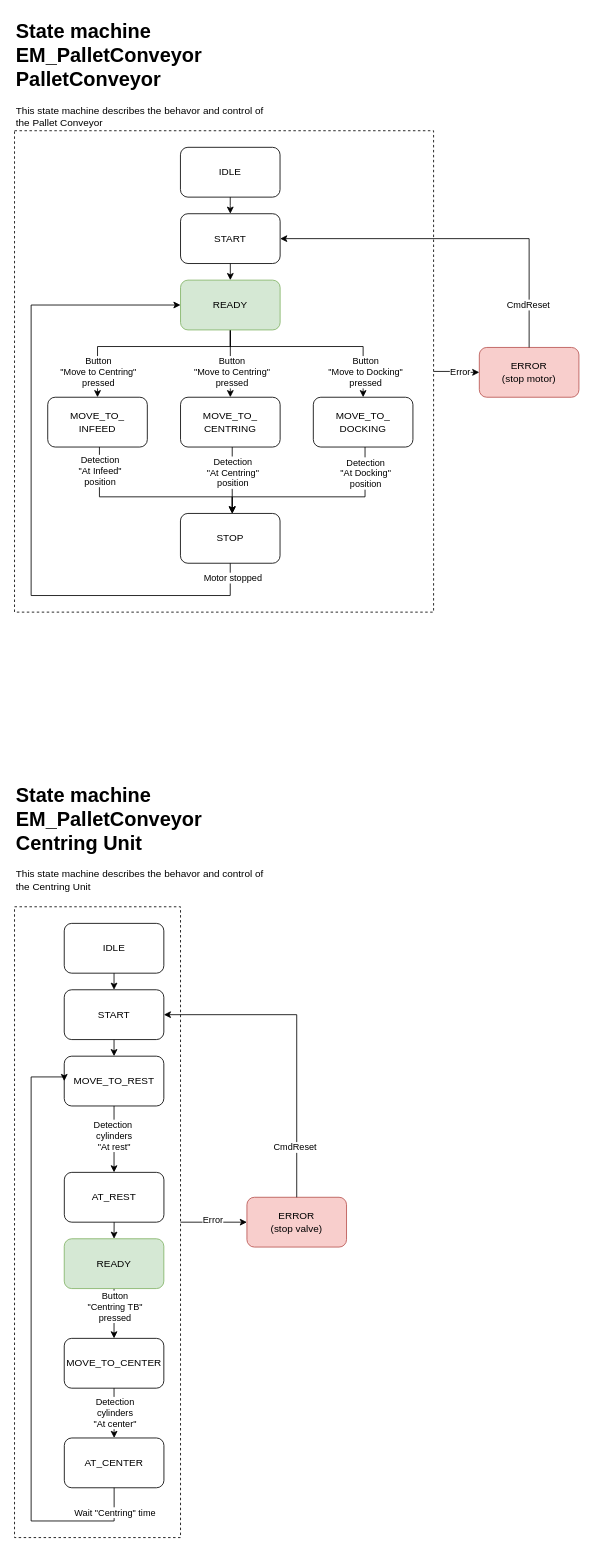
This is page "EM_PalletConveyor_Transport" (5 of 8) of Documentation/StateMachine and Sequence Diagrams.drawio from KMWE/KMWE_CleanroomConnect, a draw.io file, before an edit. Source tidied: cells renumbered, new cells numbered last; positions are measured from the earlier drawing's top-left corner, leaving out a move shared by most shapes. Both pictures are drawn from the tidied source at 83%, with x=0, y=0 at pixel (14, 14).
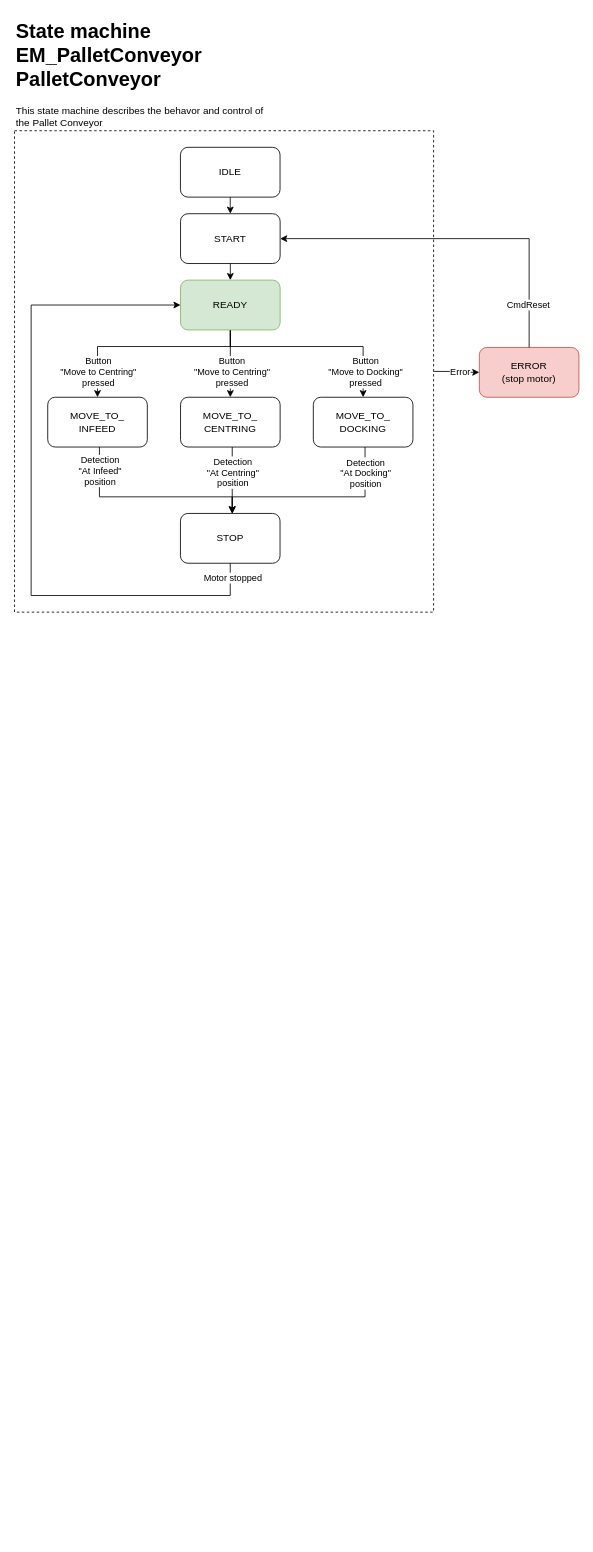
After the change.

The edit, as a diff of the source:
```diff
@@
-    <mxCell id="3" style="rounded=0;whiteSpace=wrap;html=1;fillColor=none;dashed=1;" parent="1" vertex="1">
-      <mxGeometry y="1075" width="200" height="760" as="geometry" />
-    </mxCell>
@@
-    <mxCell id="27" value="&lt;h1 style=&quot;margin-top: 0px;&quot;&gt;State machine EM_PalletConveyor&lt;br&gt;Centring Unit&lt;/h1&gt;&lt;p&gt;This state machine describes the behavor and control of the Centring Unit&lt;/p&gt;" style="text;html=1;whiteSpace=wrap;overflow=hidden;rounded=0;" parent="1" vertex="1">
-      <mxGeometry y="920" width="320" height="155" as="geometry" />
-    </mxCell>
-    <mxCell id="28" value="IDLE" style="rounded=1;whiteSpace=wrap;html=1;" parent="1" vertex="1">
-      <mxGeometry x="59.9" y="1095" width="120" height="60" as="geometry" />
-    </mxCell>
-    <mxCell id="29" value="ERROR&lt;br&gt;(stop valve)" style="rounded=1;whiteSpace=wrap;html=1;fillColor=#f8cecc;strokeColor=#b85450;" parent="1" vertex="1">
-      <mxGeometry x="280" y="1425" width="120" height="60" as="geometry" />
-    </mxCell>
-    <mxCell id="30" value="MOVE_TO_REST" style="rounded=1;whiteSpace=wrap;html=1;" parent="1" vertex="1">
-      <mxGeometry x="59.9" y="1255" width="120" height="60" as="geometry" />
-    </mxCell>
-    <mxCell id="31" style="endArrow=classic;html=1;rounded=0;exitX=0.5;exitY=1;exitDx=0;exitDy=0;" parent="1" edge="1" source="52" target="30">
-      <mxGeometry relative="1" as="geometry" />
-    </mxCell>
-    <mxCell id="32" style="endArrow=classic;html=1;rounded=0;edgeStyle=orthogonalEdgeStyle;exitX=0.5;exitY=1;exitDx=0;exitDy=0;entryX=0.5;entryY=0;entryDx=0;entryDy=0;" parent="1" edge="1" source="54" target="35">
-      <mxGeometry relative="1" as="geometry">
-        <Array as="points">
-          <mxPoint x="120" y="1565" />
-          <mxPoint x="120" y="1565" />
-        </Array>
-      </mxGeometry>
-    </mxCell>
-    <mxCell id="33" value="Button&lt;div&gt;&quot;Centring TB&quot;&lt;div&gt;pressed&lt;/div&gt;&lt;/div&gt;" style="edgeLabel;html=1;align=center;verticalAlign=middle;" parent="32" vertex="1">
-      <mxGeometry x="-0.3" y="1" relative="1" as="geometry" />
-    </mxCell>
-    <mxCell id="34" value="AT_REST" style="rounded=1;whiteSpace=wrap;html=1;" parent="1" vertex="1">
-      <mxGeometry x="60" y="1395" width="120" height="60" as="geometry" />
-    </mxCell>
-    <mxCell id="35" value="MOVE_TO_CENTER" style="rounded=1;whiteSpace=wrap;html=1;" parent="1" vertex="1">
-      <mxGeometry x="59.9" y="1595" width="120" height="60" as="geometry" />
-    </mxCell>
-    <mxCell id="36" value="AT_CENTER" style="rounded=1;whiteSpace=wrap;html=1;" parent="1" vertex="1">
-      <mxGeometry x="60" y="1715" width="120" height="60" as="geometry" />
-    </mxCell>
-    <mxCell id="37" style="endArrow=classic;html=1;rounded=0;edgeStyle=orthogonalEdgeStyle;" parent="1" edge="1" source="30" target="34">
-      <mxGeometry relative="1" as="geometry">
-        <Array as="points">
-          <mxPoint x="120" y="1455" />
-          <mxPoint x="120" y="1455" />
-        </Array>
-      </mxGeometry>
-    </mxCell>
-    <mxCell id="38" value="Detection&amp;nbsp;&lt;div&gt;cylinders&lt;div&gt;&quot;At rest&quot;&lt;/div&gt;&lt;/div&gt;" style="edgeLabel;html=1;align=center;verticalAlign=middle;" parent="37" vertex="1">
-      <mxGeometry x="0.02" relative="1" as="geometry">
-        <mxPoint y="-6" as="offset" />
-      </mxGeometry>
-    </mxCell>
-    <mxCell id="39" style="endArrow=classic;html=1;rounded=0;edgeStyle=orthogonalEdgeStyle;exitX=0.5;exitY=1;exitDx=0;exitDy=0;entryX=0.5;entryY=0;entryDx=0;entryDy=0;" parent="1" edge="1" source="35" target="36">
-      <mxGeometry relative="1" as="geometry" />
-    </mxCell>
-    <mxCell id="40" value="Detection&lt;div&gt;cylinders&lt;br&gt;&lt;div&gt;&quot;At center&quot;&lt;/div&gt;&lt;/div&gt;" style="edgeLabel;html=1;align=center;verticalAlign=middle;" parent="39" vertex="1">
-      <mxGeometry x="0.02" relative="1" as="geometry">
-        <mxPoint y="-1" as="offset" />
-      </mxGeometry>
-    </mxCell>
-    <mxCell id="41" style="endArrow=classic;html=1;rounded=0;edgeStyle=orthogonalEdgeStyle;entryX=0;entryY=0.5;entryDx=0;entryDy=0;exitX=0.5;exitY=1;exitDx=0;exitDy=0;" parent="1" edge="1" source="36" target="30">
-      <mxGeometry relative="1" as="geometry">
-        <Array as="points">
-          <mxPoint x="120" y="1815" />
-          <mxPoint x="20" y="1815" />
-          <mxPoint x="20" y="1280" />
-          <mxPoint x="60" y="1280" />
-        </Array>
-      </mxGeometry>
-    </mxCell>
-    <mxCell id="42" value="Wait &quot;Centring&quot; time" style="edgeLabel;html=1;align=center;verticalAlign=middle;" parent="41" vertex="1">
-      <mxGeometry x="-0.61" relative="1" as="geometry">
-        <mxPoint x="100" y="-11" as="offset" />
-      </mxGeometry>
-    </mxCell>
-    <mxCell id="43" style="endArrow=classic;html=1;rounded=0;edgeStyle=orthogonalEdgeStyle;exitX=0.5;exitY=0;exitDx=0;exitDy=0;entryX=1;entryY=0.5;entryDx=0;entryDy=0;" parent="1" edge="1" source="29" target="52">
-      <mxGeometry relative="1" as="geometry">
-        <Array as="points">
-          <mxPoint x="340" y="1205" />
-        </Array>
-      </mxGeometry>
-    </mxCell>
-    <mxCell id="44" value="CmdReset" style="edgeLabel;html=1;align=center;verticalAlign=middle;" parent="43" vertex="1">
-      <mxGeometry x="-0.68" y="3" relative="1" as="geometry" />
-    </mxCell>
-    <mxCell id="45" style="endArrow=classic;html=1;rounded=0;entryX=0;entryY=0.5;entryDx=0;entryDy=0;exitX=1;exitY=0.5;exitDx=0;exitDy=0;edgeStyle=orthogonalEdgeStyle;" parent="1" edge="1" source="3" target="29">
-      <mxGeometry relative="1" as="geometry" />
-    </mxCell>
-    <mxCell id="46" value="Error" style="edgeLabel;html=1;align=center;verticalAlign=middle;" parent="45" vertex="1">
-      <mxGeometry x="-0.05" y="3" relative="1" as="geometry" />
-    </mxCell>
@@
-    <mxCell id="52" value="START" style="rounded=1;whiteSpace=wrap;html=1;" parent="1" vertex="1">
-      <mxGeometry x="59.9" y="1175" width="120" height="60" as="geometry" />
-    </mxCell>
-    <mxCell id="53" style="endArrow=classic;html=1;rounded=0;exitX=0.5;exitY=1;exitDx=0;exitDy=0;entryX=0.5;entryY=0;entryDx=0;entryDy=0;" parent="1" edge="1" source="28" target="52">
-      <mxGeometry relative="1" as="geometry" />
-    </mxCell>
-    <mxCell id="54" value="READY" style="rounded=1;whiteSpace=wrap;html=1;fillColor=#d5e8d4;strokeColor=#82b366;" parent="1" vertex="1">
-      <mxGeometry x="59.9" y="1475" width="120" height="60" as="geometry" />
-    </mxCell>
-    <mxCell id="55" style="endArrow=classic;html=1;rounded=0;entryX=0.5;entryY=0;entryDx=0;entryDy=0;exitX=0.5;exitY=1;exitDx=0;exitDy=0;" parent="1" edge="1" source="34" target="54">
-      <mxGeometry relative="1" as="geometry" />
-    </mxCell>
```
